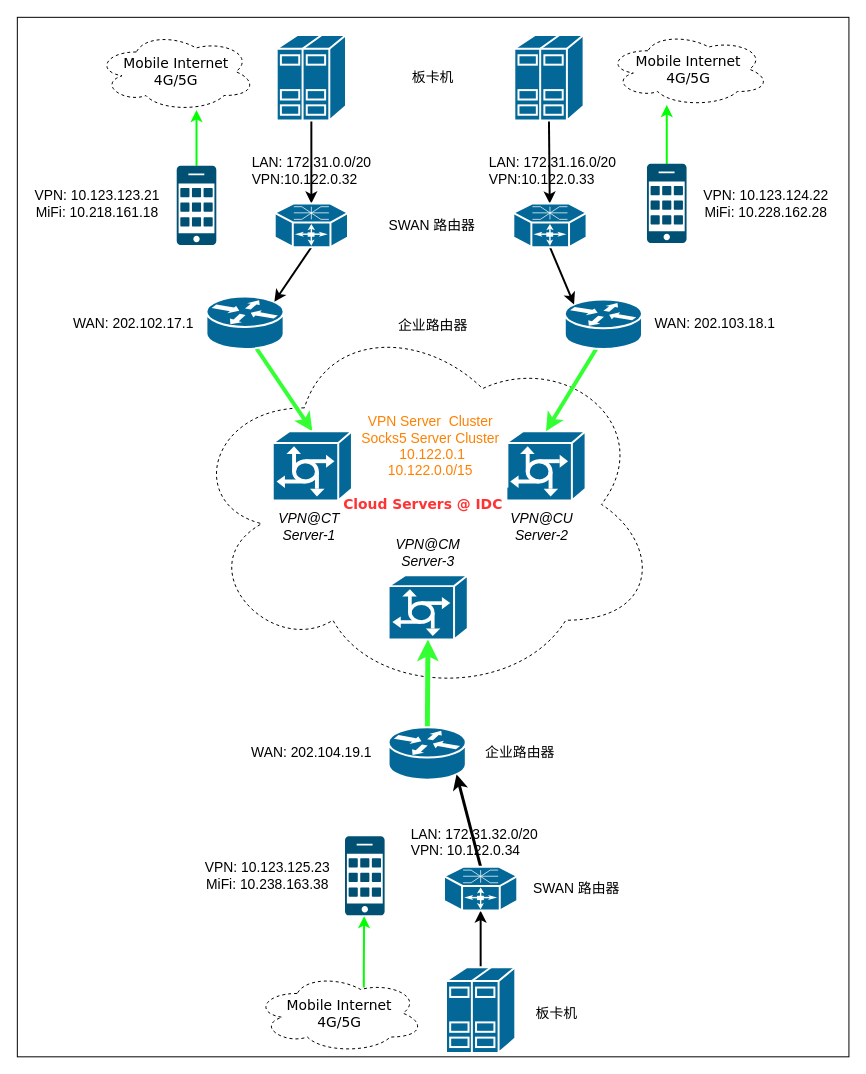
Above: Untitled Diagram.drawio in nxtreaming/andy_study (draw.io), before the change. Source tidied: cells renumbered, new cells numbered last; positions are measured from the earlier drawing's top-left corner, leaving out a move shared by most shapes. Both pictures are drawn from the tidied source at 99%, with x=0, y=0 at pixel (17, 17).
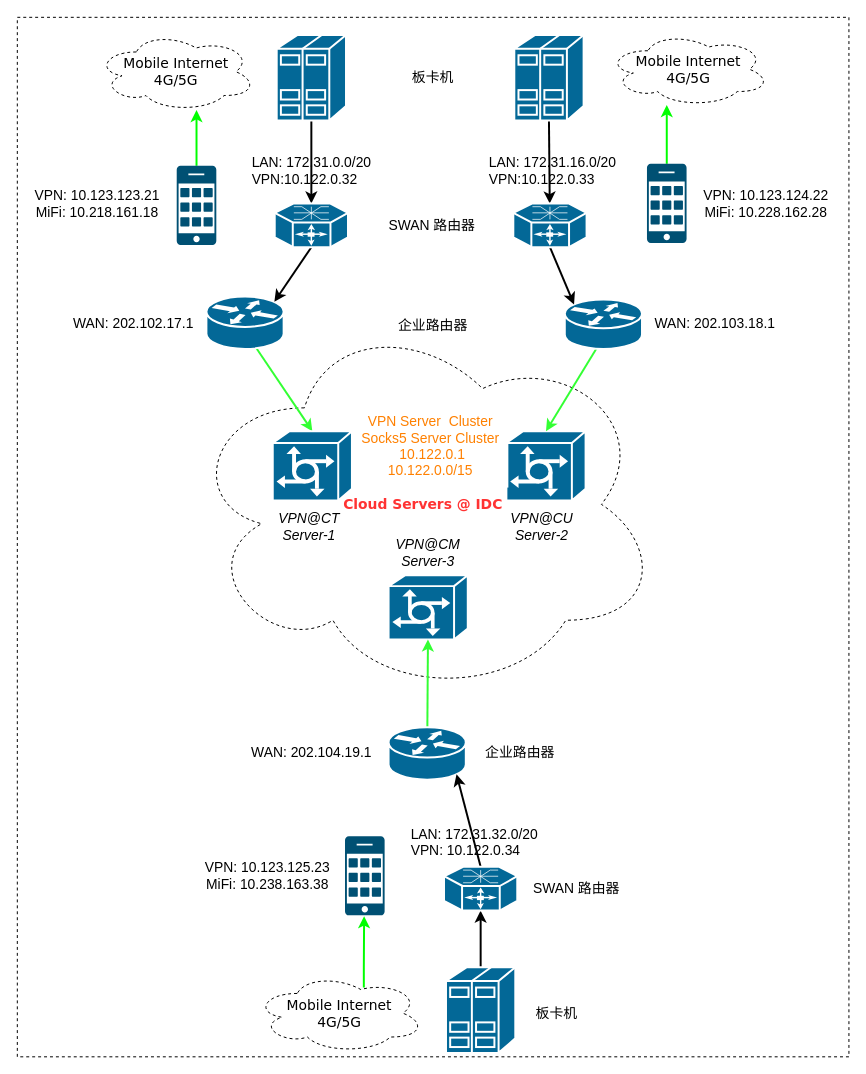
After the change.

Unchanged cells that the change refers to:
```xml
<mxCell id="6" style="shape=mxgraph.cisco.routers.router;html=1;dashed=0;fillColor=#036897;strokeColor=#ffffff;strokeWidth=2;verticalLabelPosition=bottom;verticalAlign=top;rounded=0;shadow=0;comic=0;fontFamily=Verdana;fontSize=12;" parent="1" vertex="1">
  <mxGeometry x="191" y="282" width="78" height="53" as="geometry" />
</mxCell>
<mxCell id="9" style="shape=mxgraph.cisco.servers.communications_server;sketch=0;html=1;dashed=0;fillColor=#036897;strokeColor=#ffffff;strokeWidth=2;verticalLabelPosition=bottom;verticalAlign=top;align=center;outlineConnect=0;" parent="1" vertex="1">
  <mxGeometry x="258" y="418" width="80" height="70" as="geometry" />
</mxCell>
<mxCell id="13" style="shape=mxgraph.cisco.servers.communications_server;sketch=0;html=1;dashed=0;fillColor=#036897;strokeColor=#ffffff;strokeWidth=2;verticalLabelPosition=bottom;verticalAlign=top;align=center;outlineConnect=0;" parent="1" vertex="1">
  <mxGeometry x="494" y="418" width="80" height="70" as="geometry" />
</mxCell>
<mxCell id="14" style="shape=mxgraph.cisco.servers.communications_server;sketch=0;html=1;dashed=0;fillColor=#036897;strokeColor=#ffffff;strokeWidth=2;verticalLabelPosition=bottom;verticalAlign=top;align=center;outlineConnect=0;" parent="1" vertex="1">
  <mxGeometry x="375" y="563.5" width="80" height="65" as="geometry" />
</mxCell>
<mxCell id="20" style="shape=mxgraph.cisco.routers.router;html=1;dashed=0;fillColor=#036897;strokeColor=#ffffff;strokeWidth=2;verticalLabelPosition=bottom;verticalAlign=top;rounded=0;shadow=0;comic=0;fontFamily=Verdana;fontSize=12;" parent="1" vertex="1">
  <mxGeometry x="553" y="285" width="78" height="50" as="geometry" />
</mxCell>
<mxCell id="28" style="shape=mxgraph.cisco.routers.router;html=1;dashed=0;fillColor=#036897;strokeColor=#ffffff;strokeWidth=2;verticalLabelPosition=bottom;verticalAlign=top;rounded=0;shadow=0;comic=0;fontFamily=Verdana;fontSize=12;" parent="1" vertex="1">
  <mxGeometry x="375" y="717" width="78" height="53" as="geometry" />
</mxCell>
<mxCell id="46" style="shape=mxgraph.cisco.routers.optical_services_router;sketch=0;html=1;dashed=0;fillColor=#036897;strokeColor=#ffffff;strokeWidth=2;verticalLabelPosition=bottom;verticalAlign=top;align=center;outlineConnect=0;" parent="1" vertex="1">
  <mxGeometry x="431" y="858.1" width="74" height="44.2" as="geometry" />
</mxCell>
```

The edit, as a diff of the source:
```diff
@@
-    <mxCell id="2" style="whiteSpace=wrap;html=1;fontColor=#0000FF;" parent="1" vertex="1">
+    <mxCell id="2" style="whiteSpace=wrap;html=1;fontColor=#0000FF;dashed=1;" parent="1" vertex="1">
       <mxGeometry width="840" height="1050" as="geometry" />
     </mxCell>
@@
-    <mxCell id="5" style="edgeStyle=none;rounded=0;jettySize=auto;html=1;entryX=0.5;entryY=0;entryDx=0;entryDy=0;entryPerimeter=0;exitX=0.628;exitY=0.943;exitDx=0;exitDy=0;exitPerimeter=0;strokeColor=#33FF33;strokeWidth=4;" parent="1" edge="1" source="6" target="9">
+    <mxCell id="5" style="edgeStyle=none;rounded=0;jettySize=auto;html=1;entryX=0.5;entryY=0;entryDx=0;entryDy=0;entryPerimeter=0;exitX=0.628;exitY=0.943;exitDx=0;exitDy=0;exitPerimeter=0;strokeColor=#33FF33;strokeWidth=2;" parent="1" edge="1" source="6" target="9">
       <mxGeometry relative="1" as="geometry" />
     </mxCell>
@@
-    <mxCell id="19" style="edgeStyle=none;rounded=0;jettySize=auto;html=1;entryX=0.5;entryY=0;entryDx=0;entryDy=0;entryPerimeter=0;exitX=0.416;exitY=0.977;exitDx=0;exitDy=0;exitPerimeter=0;strokeColor=#33FF33;strokeWidth=4;" parent="1" edge="1" source="20" target="13">
+    <mxCell id="19" style="edgeStyle=none;rounded=0;jettySize=auto;html=1;entryX=0.5;entryY=0;entryDx=0;entryDy=0;entryPerimeter=0;exitX=0.416;exitY=0.977;exitDx=0;exitDy=0;exitPerimeter=0;strokeColor=#33FF33;strokeWidth=2;" parent="1" edge="1" source="20" target="13">
       <mxGeometry relative="1" as="geometry" />
     </mxCell>
@@
-    <mxCell id="27" style="edgeStyle=none;rounded=0;jettySize=auto;html=1;strokeColor=#33FF33;strokeWidth=5;" parent="1" edge="1" source="28" target="14">
+    <mxCell id="27" style="edgeStyle=none;rounded=0;jettySize=auto;html=1;strokeColor=#33FF33;strokeWidth=2;" parent="1" edge="1" source="28" target="14">
       <mxGeometry relative="1" as="geometry" />
     </mxCell>
@@
-    <mxCell id="33" style="edgeStyle=none;rounded=0;jettySize=auto;html=1;exitX=0.5;exitY=0;exitDx=0;exitDy=0;exitPerimeter=0;entryX=0.88;entryY=0.9;entryDx=0;entryDy=0;entryPerimeter=0;strokeWidth=3;" parent="1" edge="1" source="46" target="28">
+    <mxCell id="33" style="edgeStyle=none;rounded=0;jettySize=auto;html=1;exitX=0.5;exitY=0;exitDx=0;exitDy=0;exitPerimeter=0;entryX=0.88;entryY=0.9;entryDx=0;entryDy=0;entryPerimeter=0;strokeWidth=2;" parent="1" edge="1" source="46" target="28">
       <mxGeometry relative="1" as="geometry" />
     </mxCell>
```
